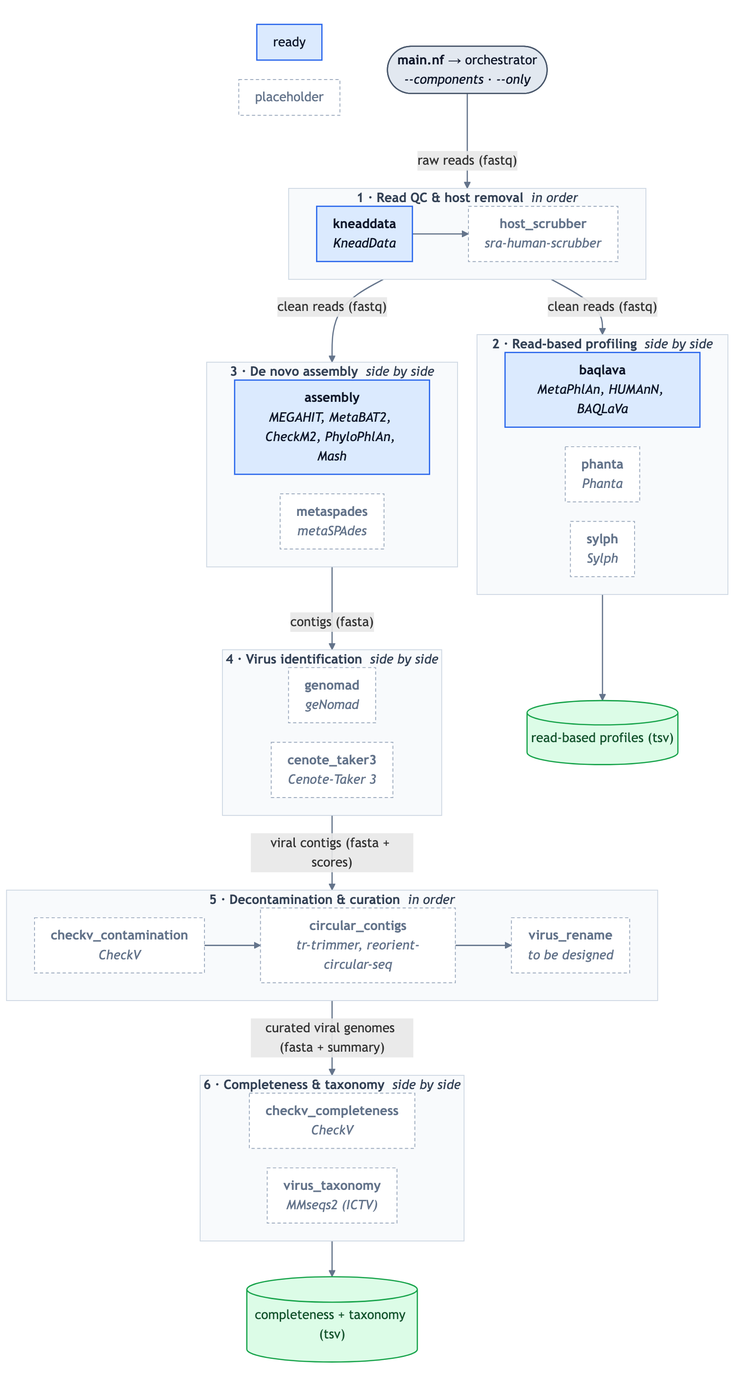
Earlier version of the Mermaid export docs/diagrams/architecture.png (biobakery/HVP-nextflow). Its source is kept beside it as docs/diagrams/architecture.mmd.
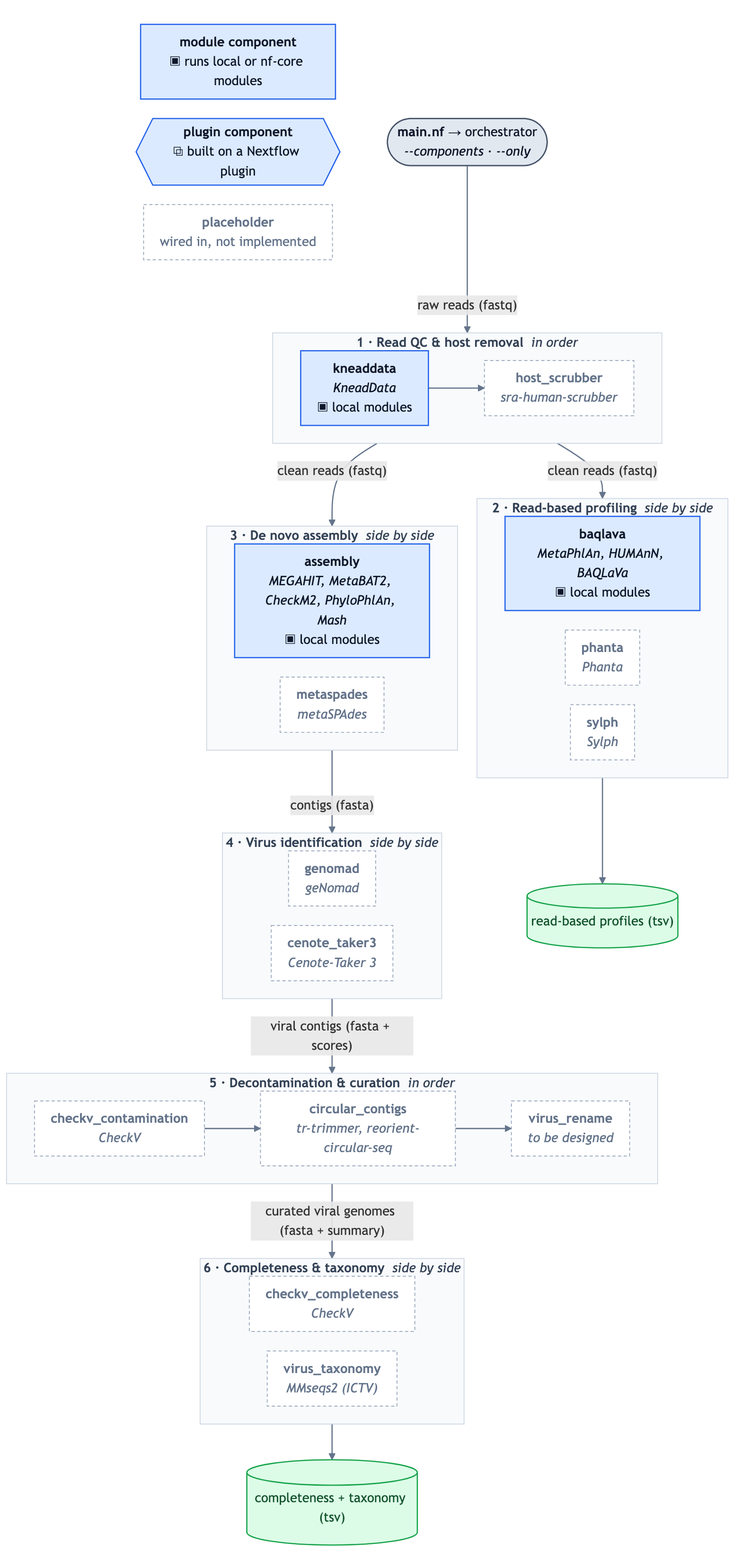
The same file after the commit.

Commit message:
Show in the figure whether a component is built from modules or a Nextflow plugin

Diff of the diagram source:
```diff
@@ -3,19 +3,19 @@
     entry(["<b>main.nf</b> → orchestrator<br/><i>--components</i> · <i>--only</i>"])
     subgraph st_preprocess["<b>1 · Read QC & host removal</b> &nbsp;<i>in order</i>"]
         direction LR
-        kneaddata["<b>kneaddata</b><br/><i>KneadData</i>"]
+        kneaddata["<b>kneaddata</b><br/><i>KneadData</i><br/>▣ local modules"]
         host_scrubber["<b>host_scrubber</b><br/><i>sra-human-scrubber</i>"]
         kneaddata --> host_scrubber
     end
     subgraph st_read_profiling["<b>2 · Read-based profiling</b> &nbsp;<i>side by side</i>"]
         direction LR
-        baqlava["<b>baqlava</b><br/><i>MetaPhlAn, HUMAnN, BAQLaVa</i>"]
+        baqlava["<b>baqlava</b><br/><i>MetaPhlAn, HUMAnN, BAQLaVa</i><br/>▣ local modules"]
         phanta["<b>phanta</b><br/><i>Phanta</i>"]
         sylph["<b>sylph</b><br/><i>Sylph</i>"]
     end
     subgraph st_assembly["<b>3 · De novo assembly</b> &nbsp;<i>side by side</i>"]
         direction LR
-        assembly["<b>assembly</b><br/><i>MEGAHIT, MetaBAT2, CheckM2, PhyloPhlAn, Mash</i>"]
+        assembly["<b>assembly</b><br/><i>MEGAHIT, MetaBAT2, CheckM2, PhyloPhlAn, Mash</i><br/>▣ local modules"]
         metaspades["<b>metaspades</b><br/><i>metaSPAdes</i>"]
     end
     subgraph st_virus_identification["<b>4 · Virus identification</b> &nbsp;<i>side by side</i>"]
@@ -46,15 +46,16 @@
     st_characterisation --> out_annotations[("completeness + taxonomy (tsv)")]
     subgraph legend[" "]
         direction LR
-        l_ready["ready"]
-        l_skel["placeholder"]
+        l_module["<b>module component</b><br/>▣ runs local or nf-core modules"]
+        l_plugin{{"<b>plugin component</b><br/>⧉ built on a Nextflow plugin"}}
+        l_skel["<b>placeholder</b><br/>wired in, not implemented"]
     end
 
     classDef ready fill:#dbeafe,stroke:#2563eb,stroke-width:1.5px,color:#0f172a
     classDef skeleton fill:#ffffff,stroke:#94a3b8,stroke-width:1px,stroke-dasharray:4 3,color:#64748b
     classDef entry fill:#e2e8f0,stroke:#475569,stroke-width:1.5px,color:#0f172a
     classDef output fill:#dcfce7,stroke:#16a34a,stroke-width:1.5px,color:#14532d
-    class kneaddata,baqlava,assembly,l_ready ready
+    class kneaddata,baqlava,assembly,l_module,l_plugin ready
     class host_scrubber,phanta,sylph,metaspades,genomad,cenote_taker3,checkv_contamination,circular_contigs,virus_rename,checkv_completeness,virus_taxonomy,l_skel skeleton
     class entry entry
     class out_read_profiles,out_annotations output
```
